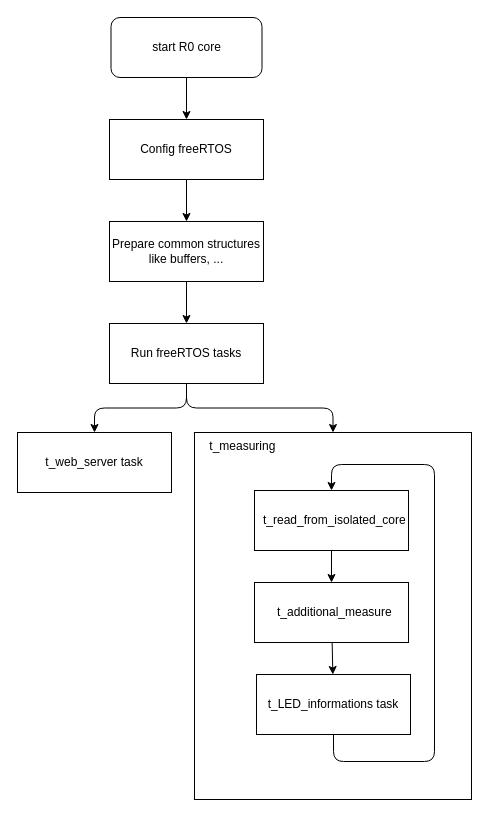
Earlier version of the draw.io diagram schematic/05-sw-flow-running-non-SIL-sequential.drawio (petrkucerak/diplom-thesis). Source tidied: cells renumbered, new cells numbered last; positions are measured from the earlier drawing's top-left corner, leaving out a move shared by most shapes. Both pictures are drawn from the tidied source at 100%, with x=0, y=0 at pixel (17, 17).
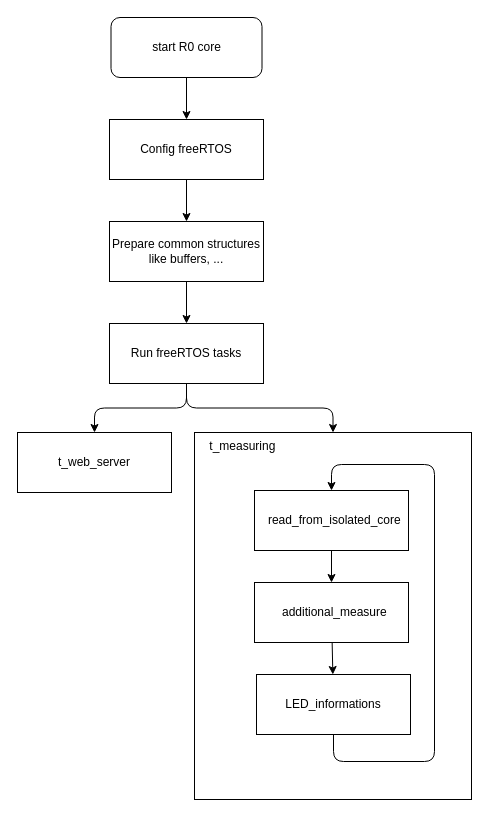
The same page after the edit.

What changed in the source:
```diff
@@
-    <mxCell id="4" value="t_LED_informations task" style="rounded=0;whiteSpace=wrap;html=1;" parent="1" vertex="1">
+    <mxCell id="4" value="LED_informations" style="rounded=0;whiteSpace=wrap;html=1;" parent="1" vertex="1">
       <mxGeometry x="239" y="657" width="154" height="60" as="geometry" />
     </mxCell>
@@
-    <mxCell id="14" value="t_web_server task" style="rounded=0;whiteSpace=wrap;html=1;" parent="1" vertex="1">
+    <mxCell id="14" value="t_web_server" style="rounded=0;whiteSpace=wrap;html=1;" parent="1" vertex="1">
       <mxGeometry y="415" width="154" height="60" as="geometry" />
     </mxCell>
@@
-    <mxCell id="16" value="&lt;span style=&quot;color: rgb(0, 0, 0); text-align: left;&quot;&gt;&amp;nbsp; t_read_from_isolated_core&lt;/span&gt;" style="rounded=0;whiteSpace=wrap;html=1;" parent="1" vertex="1">
+    <mxCell id="16" value="&lt;span style=&quot;color: rgb(0, 0, 0); text-align: left;&quot;&gt;&amp;nbsp; read_from_isolated_core&lt;/span&gt;" style="rounded=0;whiteSpace=wrap;html=1;" parent="1" vertex="1">
       <mxGeometry x="237" y="473" width="154" height="60" as="geometry" />
     </mxCell>
@@
-    <mxCell id="18" value="&lt;span style=&quot;color: rgb(0, 0, 0); text-align: left;&quot;&gt;&amp;nbsp; t_additional_measure&lt;/span&gt;" style="rounded=0;whiteSpace=wrap;html=1;" parent="1" vertex="1">
+    <mxCell id="18" value="&lt;span style=&quot;color: rgb(0, 0, 0); text-align: left;&quot;&gt;&amp;nbsp; additional_measure&lt;/span&gt;" style="rounded=0;whiteSpace=wrap;html=1;" parent="1" vertex="1">
       <mxGeometry x="237" y="565" width="154" height="60" as="geometry" />
     </mxCell>
```
